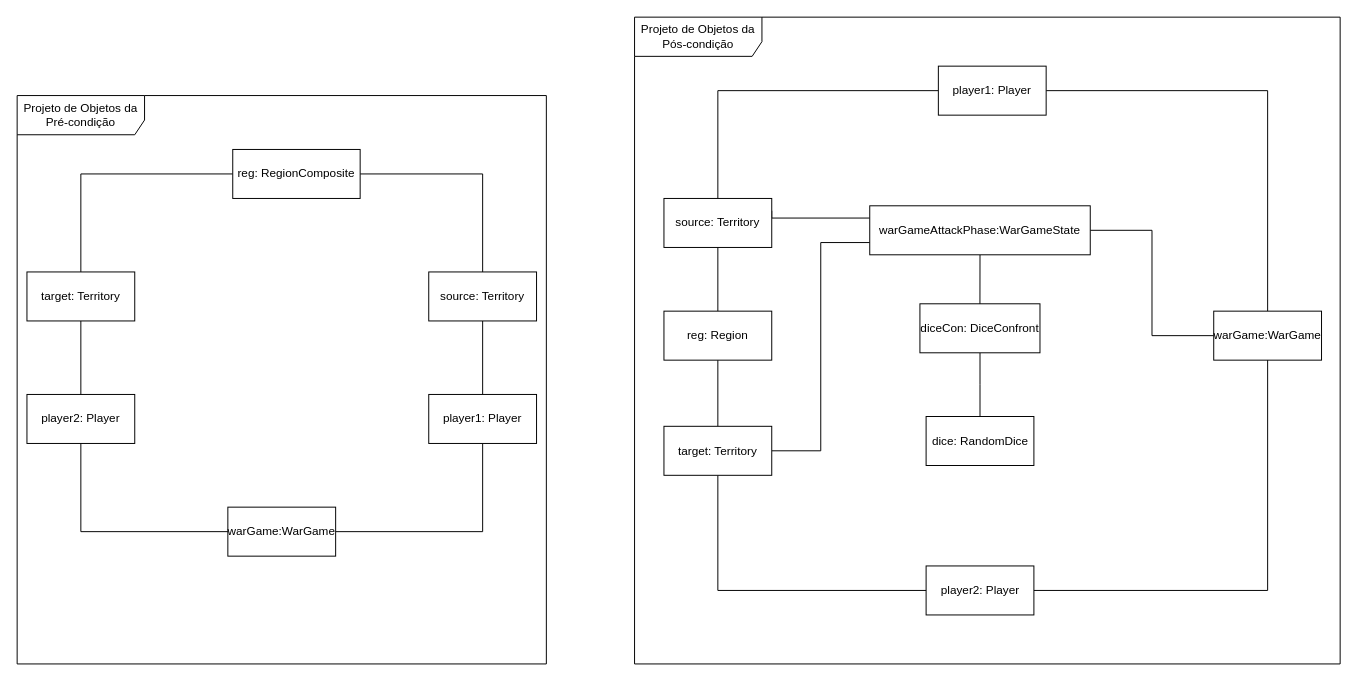
Before: object-project.drawio in Gil32610/operation-contract-territory-confront, a draw.io diagram. Source tidied: cells renumbered, new cells numbered last; positions are measured from the earlier drawing's top-left corner, leaving out a move shared by most shapes. Both pictures are drawn from the tidied source at 98%, with x=0, y=0 at pixel (17, 17).
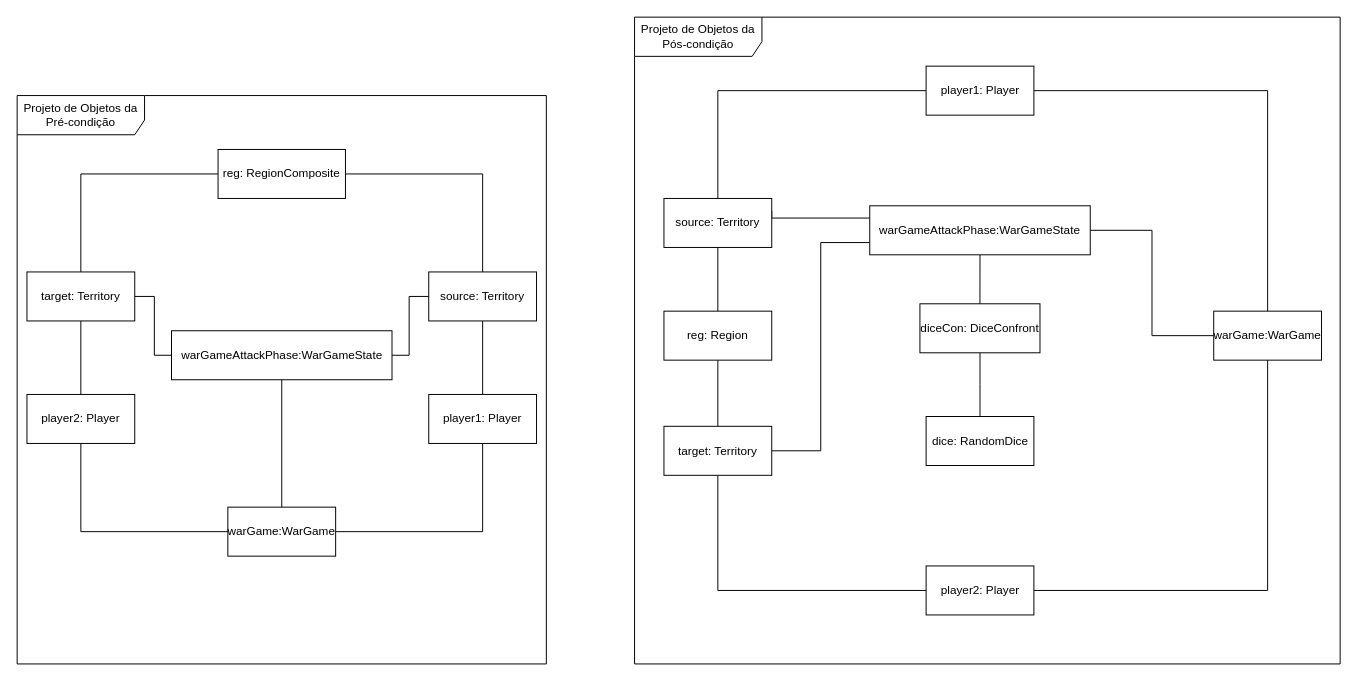
The same page after the edit.

Commit message:
added wargamestatephase on object project

Unchanged cells that the change refers to:
```xml
<mxCell id="3" value="warGame:WarGame" style="html=1;whiteSpace=wrap;" parent="1" vertex="1">
  <mxGeometry x="215" y="500" width="110" height="50" as="geometry" />
</mxCell>
<mxCell id="8" value="source: Territory" style="html=1;whiteSpace=wrap;" parent="1" vertex="1">
  <mxGeometry x="420" y="260" width="110" height="50" as="geometry" />
</mxCell>
<mxCell id="11" value="target: Territory" style="html=1;whiteSpace=wrap;" parent="1" vertex="1">
  <mxGeometry x="10" y="260" width="110" height="50" as="geometry" />
</mxCell>
```

What changed in the source:
```diff
@@
     <mxCell id="13" value="reg: RegionComposite" style="html=1;whiteSpace=wrap;" parent="1" vertex="1">
-      <mxGeometry x="220" y="135" width="130" height="50" as="geometry" />
+      <mxGeometry x="205" y="135" width="130" height="50" as="geometry" />
     </mxCell>
@@
     <mxCell id="21" value="player1: Player" style="html=1;whiteSpace=wrap;" parent="1" vertex="1">
-      <mxGeometry x="940" y="50" width="110" height="50" as="geometry" />
+      <mxGeometry x="927.5" y="50" width="110" height="50" as="geometry" />
     </mxCell>
@@
+    <mxCell id="36" style="edgeStyle=orthogonalEdgeStyle;rounded=0;jettySize=auto;html=1;entryX=1;entryY=0.5;entryDx=0;entryDy=0;endArrow=none;endFill=0;" parent="1" edge="1" source="39" target="11">
+      <mxGeometry relative="1" as="geometry">
+        <Array as="points">
+          <mxPoint x="140" y="345" />
+          <mxPoint x="140" y="285" />
+        </Array>
+      </mxGeometry>
+    </mxCell>
+    <mxCell id="37" style="edgeStyle=orthogonalEdgeStyle;rounded=0;jettySize=auto;html=1;entryX=0;entryY=0.5;entryDx=0;entryDy=0;endArrow=none;endFill=0;" parent="1" edge="1" source="39" target="8">
+      <mxGeometry relative="1" as="geometry">
+        <Array as="points">
+          <mxPoint x="400" y="345" />
+          <mxPoint x="400" y="285" />
+        </Array>
+      </mxGeometry>
+    </mxCell>
+    <mxCell id="38" style="edgeStyle=orthogonalEdgeStyle;rounded=0;jettySize=auto;html=1;entryX=0.5;entryY=0;entryDx=0;entryDy=0;endArrow=none;endFill=0;" parent="1" edge="1" source="39" target="3">
+      <mxGeometry relative="1" as="geometry" />
+    </mxCell>
+    <mxCell id="39" value="warGameAttackPhase:WarGameState" style="html=1;whiteSpace=wrap;" parent="1" vertex="1">
+      <mxGeometry x="157.5" y="320" width="225" height="50" as="geometry" />
+    </mxCell>
```
